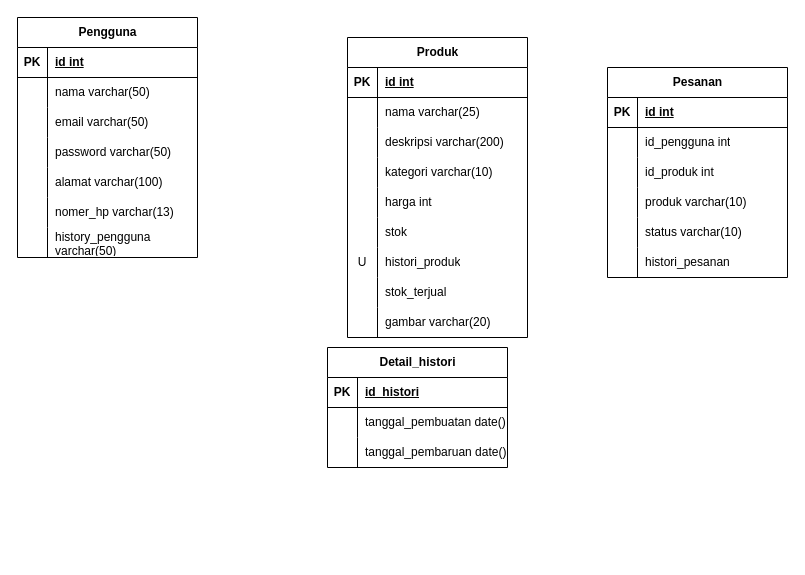
Before: Untitled Diagram.drawio in al-khoodhy/perancangan-db-toko-online, a draw.io diagram. Source tidied: cells renumbered, new cells numbered last; positions are measured from the earlier drawing's top-left corner, leaving out a move shared by most shapes. Both pictures are drawn from the tidied source at 100%, with x=0, y=0 at pixel (17, 17).
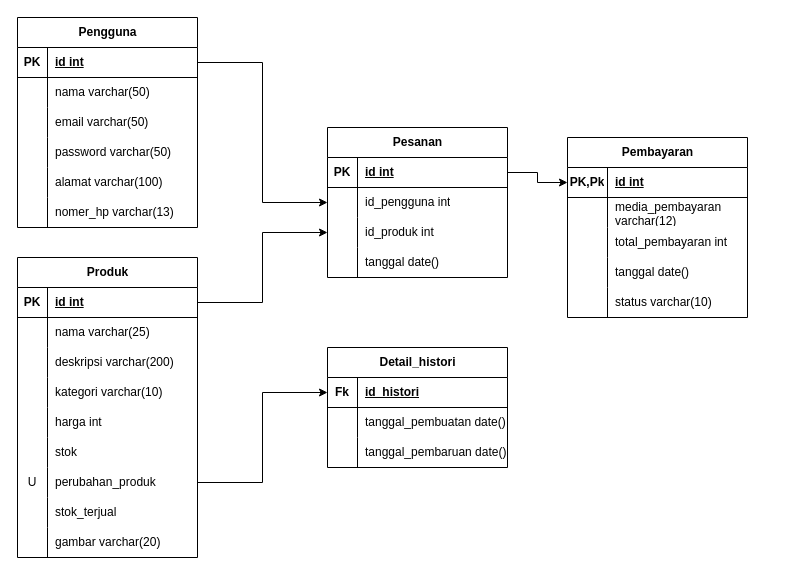
The same page after the edit.

The change refers to these unchanged cells:
```xml
<mxCell id="3" style="shape=tableRow;horizontal=0;startSize=0;swimlaneHead=0;swimlaneBody=0;fillColor=none;points=[[0,0.5],[1,0.5]];portConstraint=eastwest;top=0;left=0;right=0;bottom=1;" parent="2" vertex="1">
  <mxGeometry y="30" width="180" height="30" as="geometry" />
</mxCell>
<mxCell id="21" style="shape=tableRow;horizontal=0;startSize=0;swimlaneHead=0;swimlaneBody=0;fillColor=none;points=[[0,0.5],[1,0.5]];portConstraint=eastwest;top=0;left=0;right=0;bottom=0;" parent="2" vertex="1">
  <mxGeometry y="210" width="180" height="30" as="geometry" />
</mxCell>
<mxCell id="31" style="shape=tableRow;horizontal=0;startSize=0;swimlaneHead=0;swimlaneBody=0;fillColor=none;points=[[0,0.5],[1,0.5]];portConstraint=eastwest;top=0;left=0;right=0;bottom=1;" parent="30" vertex="1">
  <mxGeometry y="30" width="180" height="30" as="geometry" />
</mxCell>
<mxCell id="53" style="shape=tableRow;horizontal=0;startSize=0;swimlaneHead=0;swimlaneBody=0;fillColor=none;points=[[0,0.5],[1,0.5]];portConstraint=eastwest;top=0;left=0;right=0;bottom=1;" parent="52" vertex="1">
  <mxGeometry y="30" width="180" height="30" as="geometry" />
</mxCell>
<mxCell id="56" style="shape=tableRow;horizontal=0;startSize=0;swimlaneHead=0;swimlaneBody=0;fillColor=none;points=[[0,0.5],[1,0.5]];portConstraint=eastwest;top=0;left=0;right=0;bottom=0;" parent="52" vertex="1">
  <mxGeometry y="60" width="180" height="30" as="geometry" />
</mxCell>
<mxCell id="59" style="shape=tableRow;horizontal=0;startSize=0;swimlaneHead=0;swimlaneBody=0;fillColor=none;points=[[0,0.5],[1,0.5]];portConstraint=eastwest;top=0;left=0;right=0;bottom=0;" parent="52" vertex="1">
  <mxGeometry y="90" width="180" height="30" as="geometry" />
</mxCell>
<mxCell id="72" style="shape=tableRow;horizontal=0;startSize=0;swimlaneHead=0;swimlaneBody=0;fillColor=none;points=[[0,0.5],[1,0.5]];portConstraint=eastwest;top=0;left=0;right=0;bottom=1;" parent="71" vertex="1">
  <mxGeometry y="30" width="180" height="30" as="geometry" />
</mxCell>
```

The edit, as a diff of the source:
```diff
@@
     <mxCell id="2" value="Produk" style="shape=table;startSize=30;childLayout=tableLayout;rowLines=0;fontStyle=1;align=center;html=1;" parent="1" vertex="1">
-      <mxGeometry x="330" y="20" width="180" height="300" as="geometry" />
+      <mxGeometry y="240" width="180" height="300" as="geometry" />
     </mxCell>
@@
-    <mxCell id="23" value="&lt;div&gt;histori_produk&lt;/div&gt;" style="shape=partialRectangle;fillColor=none;top=0;left=0;bottom=0;right=0;align=left;spacingLeft=6;overflow=hidden;whiteSpace=wrap;html=1;" parent="21" vertex="1">
+    <mxCell id="23" value="&lt;div&gt;perubahan_produk&lt;/div&gt;" style="shape=partialRectangle;fillColor=none;top=0;left=0;bottom=0;right=0;align=left;spacingLeft=6;overflow=hidden;whiteSpace=wrap;html=1;" parent="21" vertex="1">
       <mxGeometry x="30" width="150" height="30" as="geometry" />
     </mxCell>
@@
     <mxCell id="30" value="Pengguna" style="shape=table;startSize=30;childLayout=tableLayout;rowLines=0;fontStyle=1;align=center;html=1;" parent="1" vertex="1">
-      <mxGeometry width="180" height="240" as="geometry" />
+      <mxGeometry width="180" height="210" as="geometry" />
     </mxCell>
@@
-    <mxCell id="49" style="shape=tableRow;horizontal=0;startSize=0;swimlaneHead=0;swimlaneBody=0;fillColor=none;top=0;left=0;right=0;bottom=0;" parent="30" vertex="1">
-      <mxGeometry y="210" width="180" height="30" as="geometry" />
-    </mxCell>
-    <mxCell id="50" style="shape=partialRectangle;fillColor=none;top=0;left=0;bottom=0;right=0;overflow=hidden;whiteSpace=wrap;html=1;" parent="49" vertex="1">
-      <mxGeometry width="30" height="30" as="geometry" />
-    </mxCell>
-    <mxCell id="51" value="history_pengguna varchar(50)" style="shape=partialRectangle;fillColor=none;top=0;left=0;bottom=0;right=0;align=left;spacingLeft=6;overflow=hidden;whiteSpace=wrap;html=1;" parent="49" vertex="1">
-      <mxGeometry x="30" width="150" height="30" as="geometry" />
-    </mxCell>
     <mxCell id="52" value="Pesanan" style="shape=table;startSize=30;childLayout=tableLayout;rowLines=0;fontStyle=1;align=center;html=1;" parent="1" vertex="1">
-      <mxGeometry x="590" y="50" width="180" height="210" as="geometry" />
+      <mxGeometry x="310" y="110" width="180" height="150" as="geometry" />
     </mxCell>
@@
-    <mxCell id="62" style="shape=tableRow;horizontal=0;startSize=0;swimlaneHead=0;swimlaneBody=0;fillColor=none;top=0;left=0;right=0;bottom=0;" parent="52" vertex="1">
-      <mxGeometry y="120" width="180" height="30" as="geometry" />
-    </mxCell>
-    <mxCell id="63" style="shape=partialRectangle;fillColor=none;top=0;left=0;bottom=0;right=0;overflow=hidden;whiteSpace=wrap;html=1;" parent="62" vertex="1">
-      <mxGeometry width="30" height="30" as="geometry" />
-    </mxCell>
-    <mxCell id="64" value="produk varchar(10)" style="shape=partialRectangle;fillColor=none;top=0;left=0;bottom=0;right=0;align=left;spacingLeft=6;overflow=hidden;whiteSpace=wrap;html=1;" parent="62" vertex="1">
-      <mxGeometry x="30" width="150" height="30" as="geometry" />
-    </mxCell>
-    <mxCell id="65" style="shape=tableRow;horizontal=0;startSize=0;swimlaneHead=0;swimlaneBody=0;fillColor=none;top=0;left=0;right=0;bottom=0;" parent="52" vertex="1">
-      <mxGeometry y="150" width="180" height="30" as="geometry" />
-    </mxCell>
-    <mxCell id="66" style="shape=partialRectangle;fillColor=none;top=0;left=0;bottom=0;right=0;overflow=hidden;whiteSpace=wrap;html=1;" parent="65" vertex="1">
-      <mxGeometry width="30" height="30" as="geometry" />
-    </mxCell>
-    <mxCell id="67" value="status varchar(10)" style="shape=partialRectangle;fillColor=none;top=0;left=0;bottom=0;right=0;align=left;spacingLeft=6;overflow=hidden;whiteSpace=wrap;html=1;" parent="65" vertex="1">
-      <mxGeometry x="30" width="150" height="30" as="geometry" />
-    </mxCell>
-    <mxCell id="68" style="shape=tableRow;horizontal=0;startSize=0;swimlaneHead=0;swimlaneBody=0;fillColor=none;top=0;left=0;right=0;bottom=0;" parent="52" vertex="1">
-      <mxGeometry y="180" width="180" height="30" as="geometry" />
-    </mxCell>
-    <mxCell id="69" style="shape=partialRectangle;fillColor=none;top=0;left=0;bottom=0;right=0;overflow=hidden;whiteSpace=wrap;html=1;" parent="68" vertex="1">
-      <mxGeometry width="30" height="30" as="geometry" />
-    </mxCell>
-    <mxCell id="70" value="histori_pesanan" style="shape=partialRectangle;fillColor=none;top=0;left=0;bottom=0;right=0;align=left;spacingLeft=6;overflow=hidden;whiteSpace=wrap;html=1;" parent="68" vertex="1">
-      <mxGeometry x="30" width="150" height="30" as="geometry" />
-    </mxCell>
+    <mxCell id="81" style="shape=tableRow;horizontal=0;startSize=0;swimlaneHead=0;swimlaneBody=0;fillColor=none;top=0;left=0;right=0;bottom=0;" parent="52" vertex="1">
+      <mxGeometry y="120" width="180" height="30" as="geometry" />
+    </mxCell>
+    <mxCell id="82" style="shape=partialRectangle;fillColor=none;top=0;left=0;bottom=0;right=0;overflow=hidden;whiteSpace=wrap;html=1;" parent="81" vertex="1">
+      <mxGeometry width="30" height="30" as="geometry" />
+    </mxCell>
+    <mxCell id="83" value="tanggal date()" style="shape=partialRectangle;fillColor=none;top=0;left=0;bottom=0;right=0;align=left;spacingLeft=6;overflow=hidden;whiteSpace=wrap;html=1;" parent="81" vertex="1">
+      <mxGeometry x="30" width="150" height="30" as="geometry" />
+    </mxCell>
@@
-    <mxCell id="73" value="PK" style="shape=partialRectangle;fillColor=none;top=0;left=0;bottom=0;right=0;fontStyle=1;overflow=hidden;whiteSpace=wrap;html=1;" parent="72" vertex="1">
+    <mxCell id="73" value="Fk" style="shape=partialRectangle;fillColor=none;top=0;left=0;bottom=0;right=0;fontStyle=1;overflow=hidden;whiteSpace=wrap;html=1;" parent="72" vertex="1">
       <mxGeometry width="30" height="30" as="geometry" />
     </mxCell>
@@
+    <mxCell id="84" style="edgeStyle=orthogonalEdgeStyle;rounded=0;jettySize=auto;html=1;" parent="1" edge="1" source="3" target="59">
+      <mxGeometry relative="1" as="geometry" />
+    </mxCell>
+    <mxCell id="85" style="edgeStyle=orthogonalEdgeStyle;rounded=0;jettySize=auto;html=1;" parent="1" edge="1" source="31" target="56">
+      <mxGeometry relative="1" as="geometry" />
+    </mxCell>
+    <mxCell id="86" value="Pembayaran" style="shape=table;startSize=30;childLayout=tableLayout;rowLines=0;fontStyle=1;align=center;html=1;" parent="1" vertex="1">
+      <mxGeometry x="550" y="120" width="180" height="180" as="geometry" />
+    </mxCell>
+    <mxCell id="87" style="shape=tableRow;horizontal=0;startSize=0;swimlaneHead=0;swimlaneBody=0;fillColor=none;points=[[0,0.5],[1,0.5]];portConstraint=eastwest;top=0;left=0;right=0;bottom=1;" parent="86" vertex="1">
+      <mxGeometry y="30" width="180" height="30" as="geometry" />
+    </mxCell>
+    <mxCell id="88" value="PK,Pk" style="shape=partialRectangle;fillColor=none;top=0;left=0;bottom=0;right=0;fontStyle=1;overflow=hidden;whiteSpace=wrap;html=1;" parent="87" vertex="1">
+      <mxGeometry width="40" height="30" as="geometry" />
+    </mxCell>
+    <mxCell id="89" value="id int" style="shape=partialRectangle;fillColor=none;top=0;left=0;bottom=0;right=0;align=left;spacingLeft=6;fontStyle=5;overflow=hidden;whiteSpace=wrap;html=1;" parent="87" vertex="1">
+      <mxGeometry x="40" width="140" height="30" as="geometry" />
+    </mxCell>
+    <mxCell id="90" style="shape=tableRow;horizontal=0;startSize=0;swimlaneHead=0;swimlaneBody=0;fillColor=none;top=0;left=0;right=0;bottom=0;" parent="86" vertex="1">
+      <mxGeometry y="60" width="180" height="30" as="geometry" />
+    </mxCell>
+    <mxCell id="91" style="shape=partialRectangle;fillColor=none;top=0;left=0;bottom=0;right=0;overflow=hidden;whiteSpace=wrap;html=1;" parent="90" vertex="1">
+      <mxGeometry width="40" height="30" as="geometry" />
+    </mxCell>
+    <mxCell id="92" value="media_pembayaran varchar(12)" style="shape=partialRectangle;fillColor=none;top=0;left=0;bottom=0;right=0;align=left;spacingLeft=6;overflow=hidden;whiteSpace=wrap;html=1;" parent="90" vertex="1">
+      <mxGeometry x="40" width="140" height="30" as="geometry" />
+    </mxCell>
+    <mxCell id="93" style="shape=tableRow;horizontal=0;startSize=0;swimlaneHead=0;swimlaneBody=0;fillColor=none;top=0;left=0;right=0;bottom=0;" parent="86" vertex="1">
+      <mxGeometry y="90" width="180" height="30" as="geometry" />
+    </mxCell>
+    <mxCell id="94" style="shape=partialRectangle;fillColor=none;top=0;left=0;bottom=0;right=0;overflow=hidden;whiteSpace=wrap;html=1;" parent="93" vertex="1">
+      <mxGeometry width="40" height="30" as="geometry" />
+    </mxCell>
+    <mxCell id="95" value="total_pembayaran int" style="shape=partialRectangle;fillColor=none;top=0;left=0;bottom=0;right=0;align=left;spacingLeft=6;overflow=hidden;whiteSpace=wrap;html=1;" parent="93" vertex="1">
+      <mxGeometry x="40" width="140" height="30" as="geometry" />
+    </mxCell>
+    <mxCell id="96" style="shape=tableRow;horizontal=0;startSize=0;swimlaneHead=0;swimlaneBody=0;fillColor=none;top=0;left=0;right=0;bottom=0;" parent="86" vertex="1">
+      <mxGeometry y="120" width="180" height="30" as="geometry" />
+    </mxCell>
+    <mxCell id="97" style="shape=partialRectangle;fillColor=none;top=0;left=0;bottom=0;right=0;overflow=hidden;whiteSpace=wrap;html=1;" parent="96" vertex="1">
+      <mxGeometry width="40" height="30" as="geometry" />
+    </mxCell>
+    <mxCell id="98" value="tanggal date()" style="shape=partialRectangle;fillColor=none;top=0;left=0;bottom=0;right=0;align=left;spacingLeft=6;overflow=hidden;whiteSpace=wrap;html=1;" parent="96" vertex="1">
+      <mxGeometry x="40" width="140" height="30" as="geometry" />
+    </mxCell>
+    <mxCell id="65" style="shape=tableRow;horizontal=0;startSize=0;swimlaneHead=0;swimlaneBody=0;fillColor=none;top=0;left=0;right=0;bottom=0;" parent="86" vertex="1">
+      <mxGeometry y="150" width="180" height="30" as="geometry" />
+    </mxCell>
+    <mxCell id="99" style="shape=partialRectangle;fillColor=none;top=0;left=0;bottom=0;right=0;overflow=hidden;whiteSpace=wrap;html=1;" parent="65" vertex="1">
+      <mxGeometry width="40" height="30" as="geometry" />
+    </mxCell>
+    <mxCell id="67" value="status varchar(10)" style="shape=partialRectangle;fillColor=none;top=0;left=0;bottom=0;right=0;align=left;spacingLeft=6;overflow=hidden;whiteSpace=wrap;html=1;" parent="65" vertex="1">
+      <mxGeometry x="40" width="140" height="30" as="geometry" />
+    </mxCell>
+    <mxCell id="100" style="edgeStyle=orthogonalEdgeStyle;rounded=0;jettySize=auto;html=1;exitX=1;exitY=0.5;exitDx=0;exitDy=0;" parent="1" edge="1" source="21" target="72">
+      <mxGeometry relative="1" as="geometry" />
+    </mxCell>
+    <mxCell id="101" style="edgeStyle=orthogonalEdgeStyle;rounded=0;jettySize=auto;html=1;" parent="1" edge="1" source="53" target="87">
+      <mxGeometry relative="1" as="geometry" />
+    </mxCell>
```
